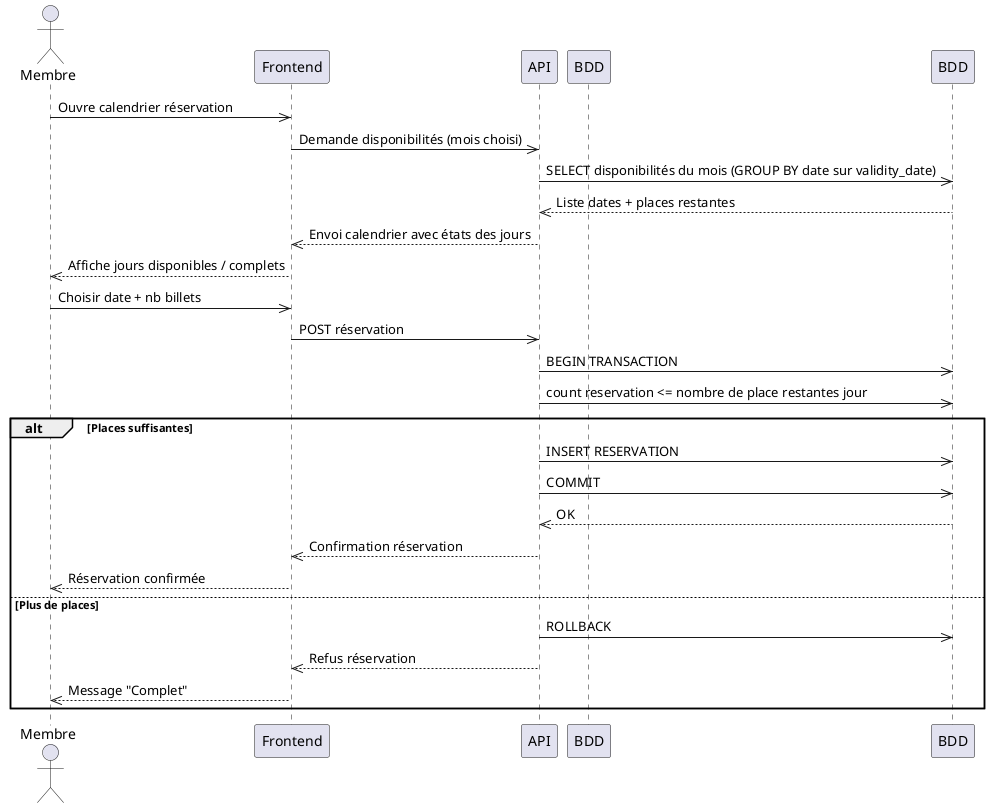
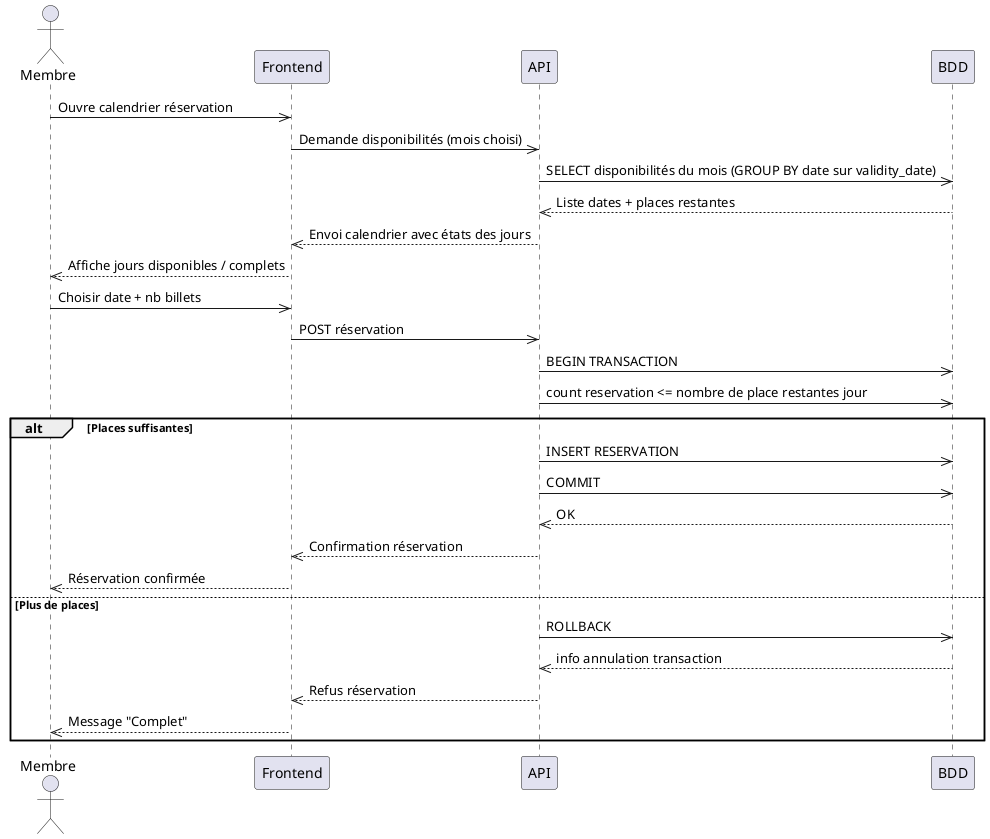
@startuml booking

actor Membre
participant Frontend
participant API
- participant BDD as Database
+ participant BDD

Membre->>Frontend: Ouvre calendrier réservation
Frontend->>API: Demande disponibilités (mois choisi)
API->>BDD: SELECT disponibilités du mois (GROUP BY date sur validity_date)
BDD-->>API: Liste dates + places restantes
API-->>Frontend: Envoi calendrier avec états des jours
Frontend-->>Membre: Affiche jours disponibles / complets


Membre->>Frontend: Choisir date + nb billets
Frontend->>API: POST réservation
API->>BDD: BEGIN TRANSACTION
API->>BDD: count reservation <= nombre de place restantes jour
alt Places suffisantes
    API->>BDD: INSERT RESERVATION
    API->>BDD: COMMIT
    BDD-->>API: OK
    API-->>Frontend: Confirmation réservation
    Frontend-->>Membre: Réservation confirmée
else Plus de places
    API->>BDD: ROLLBACK
+     BDD-->>API: info annulation transaction
    API-->>Frontend: Refus réservation
    Frontend-->>Membre: Message "Complet"
end

@enduml